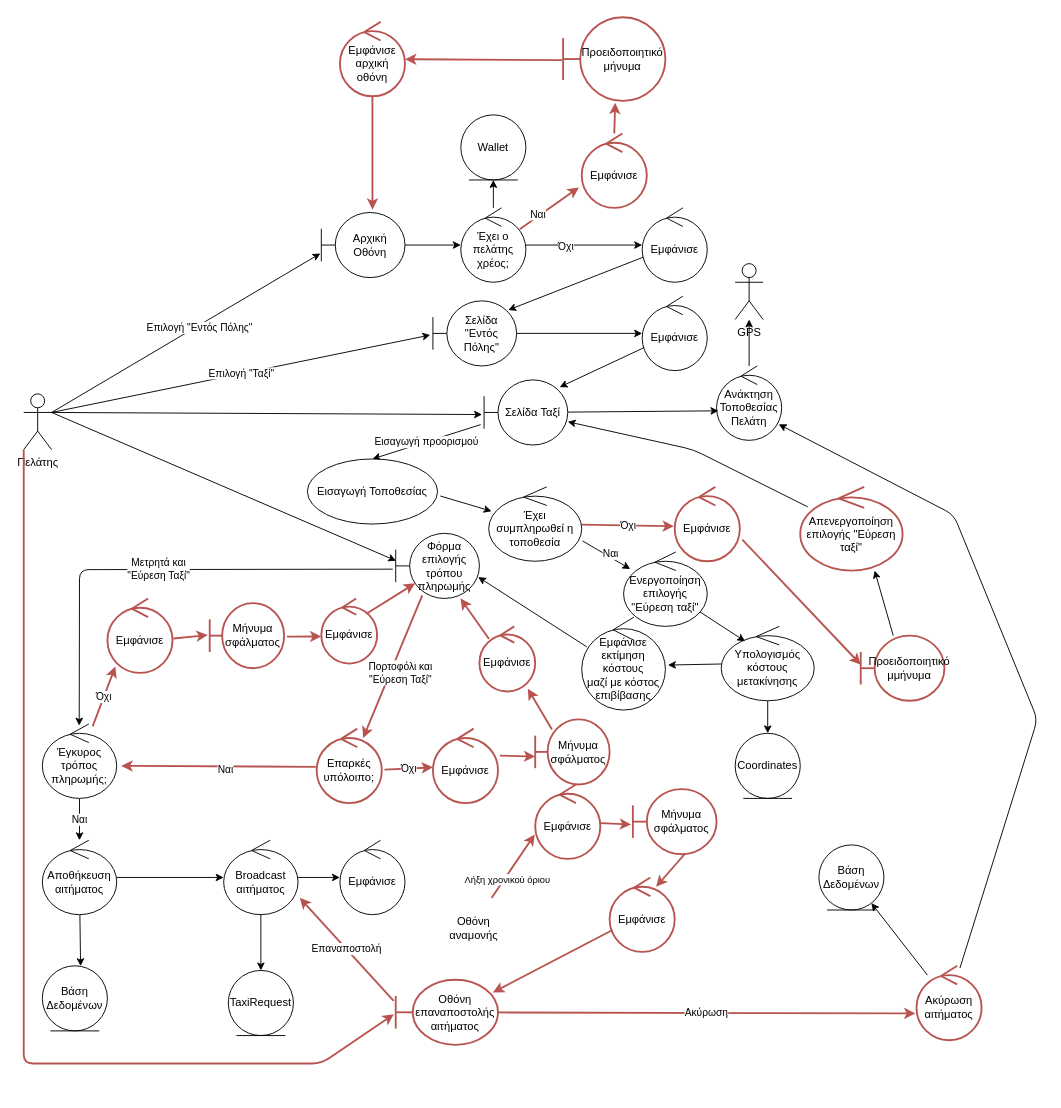
Earlier version of the draw.io diagram Part_2/Robustness/diagrams/07_Επιλογή_Τάξι.drawio (Nikolis2002/texnoligia_logismikou). Source tidied: cells renumbered, new cells numbered last; positions are measured from the earlier drawing's top-left corner, leaving out a move shared by most shapes. Both pictures are drawn from the tidied source at 93%, with x=0, y=0 at pixel (23, 17).
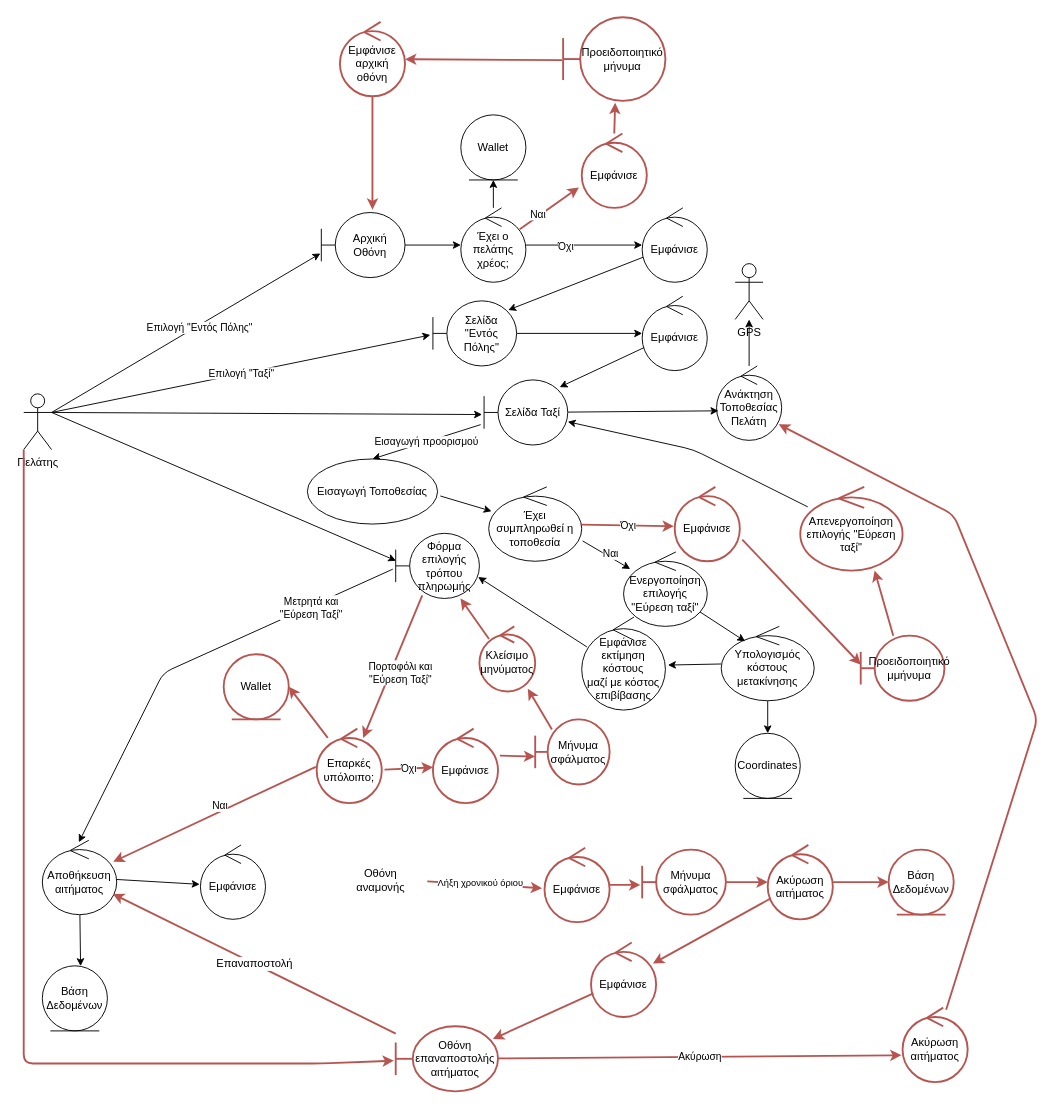
The same diagram, later.

Unchanged cells that the change refers to:
```xml
<mxCell id="22" value="Ανάκτηση Τοποθεσίας Πελάτη" style="ellipse;shape=umlControl;whiteSpace=wrap;html=1;" parent="1" vertex="1">
  <mxGeometry x="745" y="375" width="70" height="80" as="geometry" />
</mxCell>
<mxCell id="40" value="Φόρμα επιλογής τρόπου πληρωμής" style="shape=umlBoundary;whiteSpace=wrap;html=1;" parent="1" vertex="1">
  <mxGeometry x="400" y="555" width="90" height="70" as="geometry" />
</mxCell>
<mxCell id="46" value="Αποθήκευση αιτήματος" style="ellipse;shape=umlControl;whiteSpace=wrap;html=1;" parent="1" vertex="1">
  <mxGeometry x="20" y="885" width="80" height="80" as="geometry" />
</mxCell>
<mxCell id="61" value="Απενεργοποίηση επιλογής &quot;Εύρεση ταξί&quot;" style="ellipse;shape=umlControl;whiteSpace=wrap;html=1;fillColor=none;strokeColor=#b85450;strokeWidth=2;" parent="1" vertex="1">
  <mxGeometry x="835" y="505" width="110" height="90" as="geometry" />
</mxCell>
<mxCell id="65" value="Επαρκές υπόλοιπο;" style="ellipse;shape=umlControl;whiteSpace=wrap;html=1;fillColor=none;strokeColor=#b85450;strokeWidth=2;" parent="1" vertex="1">
  <mxGeometry x="315" y="765" width="70" height="80" as="geometry" />
</mxCell>
<mxCell id="86" value="Προειδοποιητικό&lt;br&gt;μμήνυμα" style="shape=umlBoundary;whiteSpace=wrap;html=1;strokeColor=#B85450;strokeWidth=2;" parent="1" vertex="1">
  <mxGeometry x="900" y="665" width="90" height="70" as="geometry" />
</mxCell>
```

What changed in the source:
```diff
@@
-    <mxCell id="37" value="Μετρητά και &lt;br&gt;&quot;Εύρεση Ταξί&quot;" style="edgeStyle=none;html=1;entryX=0.496;entryY=0.022;entryDx=0;entryDy=0;entryPerimeter=0;exitX=-0.035;exitY=0.55;exitDx=0;exitDy=0;exitPerimeter=0;" parent="1" edge="1" source="40" target="43">
-      <mxGeometry relative="1" as="geometry">
+    <mxCell id="37" value="Μετρητά και &lt;br&gt;&quot;Εύρεση Ταξί&quot;" style="edgeStyle=none;html=1;exitX=-0.035;exitY=0.55;exitDx=0;exitDy=0;exitPerimeter=0;entryX=0.491;entryY=0.027;entryDx=0;entryDy=0;entryPerimeter=0;" parent="1" edge="1" source="40" target="46">
+      <mxGeometry x="-0.59" y="2" relative="1" as="geometry">
         <Array as="points">
-          <mxPoint x="60" y="594" />
+          <mxPoint x="150" y="705" />
         </Array>
       </mxGeometry>
     </mxCell>
@@
-    <mxCell id="41" value="Ναι" style="edgeStyle=none;html=1;" parent="1" edge="1" source="43" target="46">
-      <mxGeometry relative="1" as="geometry" />
-    </mxCell>
-    <mxCell id="42" value="Όχι" style="edgeStyle=none;html=1;strokeWidth=2;fillColor=#f8cecc;strokeColor=#b85450;entryX=0.122;entryY=0.914;entryDx=0;entryDy=0;entryPerimeter=0;" parent="1" edge="1" source="43" target="91">
-      <mxGeometry relative="1" as="geometry" />
-    </mxCell>
-    <mxCell id="43" value="Έγκυρος τρόπος πληρωμής;" style="ellipse;shape=umlControl;whiteSpace=wrap;html=1;" parent="1" vertex="1">
-      <mxGeometry x="20" y="760" width="80" height="80" as="geometry" />
-    </mxCell>
@@
-    <mxCell id="45" style="edgeStyle=none;html=1;" parent="1" edge="1" source="46" target="49">
+    <mxCell id="45" style="edgeStyle=none;html=1;entryX=-0.011;entryY=0.53;entryDx=0;entryDy=0;entryPerimeter=0;" parent="1" edge="1" source="46" target="53">
       <mxGeometry relative="1" as="geometry" />
     </mxCell>
@@
-    <mxCell id="47" style="edgeStyle=none;html=1;entryX=0.5;entryY=0;entryDx=0;entryDy=0;" parent="1" edge="1" source="49" target="57">
-      <mxGeometry relative="1" as="geometry" />
-    </mxCell>
-    <mxCell id="48" style="edgeStyle=none;html=1;" parent="1" edge="1" source="49" target="53">
-      <mxGeometry relative="1" as="geometry" />
-    </mxCell>
-    <mxCell id="49" value="Broadcast αιτήματος" style="ellipse;shape=umlControl;whiteSpace=wrap;html=1;" parent="1" vertex="1">
-      <mxGeometry x="215" y="885" width="80" height="80" as="geometry" />
-    </mxCell>
-    <mxCell id="50" style="edgeStyle=none;html=1;strokeWidth=2;fillColor=#f8cecc;strokeColor=#b85450;entryX=-0.007;entryY=0.671;entryDx=0;entryDy=0;entryPerimeter=0;startArrow=none;exitX=0.755;exitY=0.029;exitDx=0;exitDy=0;exitPerimeter=0;" parent="1" edge="1" source="99" target="70">
+    <mxCell id="50" style="edgeStyle=none;html=1;strokeWidth=2;fillColor=#f8cecc;strokeColor=#b85450;entryX=-0.038;entryY=0.544;entryDx=0;entryDy=0;entryPerimeter=0;startArrow=none;exitX=1.036;exitY=0.517;exitDx=0;exitDy=0;exitPerimeter=0;" parent="1" edge="1" source="99" target="70">
       <mxGeometry relative="1" as="geometry" />
     </mxCell>
     <mxCell id="51" value="Λήξη χρονικού όριου" style="edgeLabel;html=1;align=center;verticalAlign=middle;fontSize=10;" parent="50" vertex="1">
       <mxGeometry x="-0.36" y="-1" relative="1" as="geometry">
-        <mxPoint x="1" as="offset" />
+        <mxPoint x="17" y="-2" as="offset" />
       </mxGeometry>
     </mxCell>
-    <mxCell id="52" style="edgeStyle=none;html=1;entryX=0.191;entryY=0.371;entryDx=0;entryDy=0;entryPerimeter=0;strokeColor=#FFFFFF;strokeWidth=1;fontSize=10;" parent="1" edge="1" source="53" target="99">
+    <mxCell id="52" style="edgeStyle=none;html=1;strokeColor=#FFFFFF;strokeWidth=1;fontSize=10;entryX=-0.006;entryY=0.526;entryDx=0;entryDy=0;entryPerimeter=0;" parent="1" edge="1" source="53" target="99">
       <mxGeometry relative="1" as="geometry" />
     </mxCell>
     <mxCell id="53" value="Εμφάνισε" style="ellipse;shape=umlControl;whiteSpace=wrap;html=1;" parent="1" vertex="1">
-      <mxGeometry x="340" y="885" width="70" height="80" as="geometry" />
+      <mxGeometry x="190" y="890" width="70" height="80" as="geometry" />
     </mxCell>
@@
-    <mxCell id="57" value="TaxiRequest" style="ellipse;shape=umlEntity;whiteSpace=wrap;html=1;" parent="1" vertex="1">
-      <mxGeometry x="220" y="1025" width="70" height="70" as="geometry" />
-    </mxCell>
@@
-    <mxCell id="62" style="edgeStyle=none;html=1;strokeWidth=2;fillColor=#f8cecc;strokeColor=#b85450;exitX=-0.014;exitY=0.513;exitDx=0;exitDy=0;exitPerimeter=0;entryX=1.063;entryY=0.563;entryDx=0;entryDy=0;entryPerimeter=0;" parent="1" edge="1" source="65" target="43">
+    <mxCell id="62" style="edgeStyle=none;html=1;strokeWidth=2;fillColor=#f8cecc;strokeColor=#b85450;exitX=-0.014;exitY=0.513;exitDx=0;exitDy=0;exitPerimeter=0;" parent="1" edge="1" source="65" target="46">
       <mxGeometry relative="1" as="geometry" />
     </mxCell>
@@
+    <mxCell id="105" style="edgeStyle=none;html=1;entryX=1;entryY=0.5;entryDx=0;entryDy=0;fontSize=12;fillColor=none;strokeColor=#b85450;strokeWidth=2;" parent="1" edge="1" source="65" target="107">
+      <mxGeometry relative="1" as="geometry" />
+    </mxCell>
@@
     <mxCell id="70" value="Εμφάνισε" style="ellipse;shape=umlControl;whiteSpace=wrap;html=1;fillColor=none;strokeColor=#b85450;strokeWidth=2;" parent="1" vertex="1">
-      <mxGeometry x="550" y="825" width="70" height="80" as="geometry" />
+      <mxGeometry x="560" y="893" width="70" height="80" as="geometry" />
     </mxCell>
@@
     <mxCell id="72" value="Εμφάνισε" style="ellipse;shape=umlControl;whiteSpace=wrap;html=1;fillColor=none;strokeColor=#b85450;strokeWidth=2;" parent="1" vertex="1">
-      <mxGeometry x="630" y="925" width="70" height="80" as="geometry" />
+      <mxGeometry x="610" y="995" width="70" height="80" as="geometry" />
     </mxCell>
+    <mxCell id="74" value="Ακύρωση" style="edgeStyle=none;html=1;entryX=-0.017;entryY=0.64;entryDx=0;entryDy=0;entryPerimeter=0;strokeWidth=2;strokeColor=#B85450;" parent="1" edge="1" source="75" target="78">
+      <mxGeometry relative="1" as="geometry" />
+    </mxCell>
-    <mxCell id="73" value="Επαναποστολή" style="edgeStyle=none;html=1;entryX=1.023;entryY=0.774;entryDx=0;entryDy=0;entryPerimeter=0;strokeWidth=2;exitX=-0.02;exitY=0.326;exitDx=0;exitDy=0;exitPerimeter=0;strokeColor=#B85450;" parent="1" edge="1" source="75" target="49">
+    <mxCell id="73" value="Επαναποστολή" style="edgeStyle=none;html=1;fontSize=12;fillColor=none;strokeColor=#b85450;strokeWidth=2;" parent="1" edge="1" source="75" target="46">
       <mxGeometry relative="1" as="geometry" />
     </mxCell>
-    <mxCell id="74" value="Ακύρωση" style="edgeStyle=none;html=1;entryX=-0.017;entryY=0.64;entryDx=0;entryDy=0;entryPerimeter=0;strokeWidth=2;strokeColor=#B85450;" parent="1" edge="1" source="75" target="78">
-      <mxGeometry relative="1" as="geometry" />
-    </mxCell>
     <mxCell id="75" value="Οθόνη επαναποστολής αιτήματος" style="shape=umlBoundary;whiteSpace=wrap;html=1;fillColor=none;strokeColor=#b85450;strokeWidth=2;" parent="1" vertex="1">
-      <mxGeometry x="400" y="1035" width="110" height="70" as="geometry" />
+      <mxGeometry x="400" y="1085" width="110" height="70" as="geometry" />
     </mxCell>
-    <mxCell id="76" style="edgeStyle=none;html=1;strokeWidth=1;fontSize=24;" parent="1" edge="1" source="78" target="80">
-      <mxGeometry relative="1" as="geometry" />
-    </mxCell>
-    <mxCell id="77" style="edgeStyle=none;html=1;entryX=0.955;entryY=0.784;entryDx=0;entryDy=0;entryPerimeter=0;" parent="1" edge="1" source="78" target="22">
+    <mxCell id="77" style="edgeStyle=none;html=1;entryX=0.955;entryY=0.784;entryDx=0;entryDy=0;entryPerimeter=0;fontSize=12;fillColor=none;strokeColor=#b85450;strokeWidth=2;" parent="1" edge="1" source="78" target="22">
       <mxGeometry relative="1" as="geometry">
         <Array as="points">
           <mxPoint x="1090" y="755" />
           <mxPoint x="1000" y="535" />
         </Array>
       </mxGeometry>
     </mxCell>
     <mxCell id="78" value="Ακύρωση αιτήματος" style="ellipse;shape=umlControl;whiteSpace=wrap;html=1;fillColor=none;strokeColor=#b85450;strokeWidth=2;" parent="1" vertex="1">
-      <mxGeometry x="960" y="1020" width="70" height="80" as="geometry" />
+      <mxGeometry x="945" y="1065" width="70" height="80" as="geometry" />
     </mxCell>
@@
-    <mxCell id="80" value="Βάση Δεδομένων" style="ellipse;shape=umlEntity;whiteSpace=wrap;html=1;" parent="1" vertex="1">
-      <mxGeometry x="855" y="890" width="70" height="70" as="geometry" />
+    <mxCell id="80" value="Βάση Δεδομένων" style="ellipse;shape=umlEntity;whiteSpace=wrap;html=1;fillColor=none;strokeColor=#b85450;strokeWidth=2;" parent="1" vertex="1">
+      <mxGeometry x="930" y="895" width="70" height="70" as="geometry" />
     </mxCell>
@@
-    <mxCell id="85" style="edgeStyle=none;html=1;entryX=0.727;entryY=1;entryDx=0;entryDy=0;entryPerimeter=0;" parent="1" edge="1" source="86" target="61">
+    <mxCell id="85" style="edgeStyle=none;html=1;entryX=0.727;entryY=1;entryDx=0;entryDy=0;entryPerimeter=0;fontSize=12;fillColor=none;strokeColor=#b85450;strokeWidth=2;" parent="1" edge="1" source="86" target="61">
       <mxGeometry relative="1" as="geometry" />
     </mxCell>
@@
-    <mxCell id="89" value="Εμφάνισε" style="ellipse;shape=umlControl;whiteSpace=wrap;html=1;fillColor=none;strokeColor=#b85450;strokeWidth=2;" parent="1" vertex="1">
+    <mxCell id="89" value="Κλείσιμο μηνύματος" style="ellipse;shape=umlControl;whiteSpace=wrap;html=1;fillColor=none;strokeColor=#b85450;strokeWidth=2;" parent="1" vertex="1">
       <mxGeometry x="490" y="655" width="60" height="70" as="geometry" />
     </mxCell>
-    <mxCell id="90" style="edgeStyle=none;html=1;strokeColor=#B85450;fontSize=10;exitX=1.014;exitY=0.538;exitDx=0;exitDy=0;exitPerimeter=0;strokeWidth=2;entryX=-0.027;entryY=0.491;entryDx=0;entryDy=0;entryPerimeter=0;" parent="1" edge="1" source="91" target="93">
-      <mxGeometry relative="1" as="geometry" />
-    </mxCell>
-    <mxCell id="91" value="Εμφάνισε" style="ellipse;shape=umlControl;whiteSpace=wrap;html=1;fillColor=none;strokeColor=#b85450;strokeWidth=2;" parent="1" vertex="1">
-      <mxGeometry x="90" y="625" width="70" height="80" as="geometry" />
-    </mxCell>
-    <mxCell id="92" style="edgeStyle=none;html=1;strokeColor=#B85450;fontSize=10;exitX=1.038;exitY=0.514;exitDx=0;exitDy=0;exitPerimeter=0;strokeWidth=2;entryX=0;entryY=0.585;entryDx=0;entryDy=0;entryPerimeter=0;" parent="1" edge="1" source="93" target="95">
-      <mxGeometry relative="1" as="geometry" />
-    </mxCell>
-    <mxCell id="93" value="Μήνυμα&lt;br&gt;σφάλματος" style="shape=umlBoundary;whiteSpace=wrap;html=1;strokeColor=#B85450;strokeWidth=2;" parent="1" vertex="1">
-      <mxGeometry x="200" y="630" width="80" height="70" as="geometry" />
-    </mxCell>
-    <mxCell id="94" style="edgeStyle=none;html=1;entryX=0.232;entryY=0.767;entryDx=0;entryDy=0;entryPerimeter=0;strokeColor=#B85450;fontSize=10;exitX=0.809;exitY=0.236;exitDx=0;exitDy=0;exitPerimeter=0;strokeWidth=2;" parent="1" edge="1" source="95" target="40">
-      <mxGeometry relative="1" as="geometry" />
-    </mxCell>
-    <mxCell id="95" value="Εμφάνισε" style="ellipse;shape=umlControl;whiteSpace=wrap;html=1;fillColor=none;strokeColor=#b85450;strokeWidth=2;" parent="1" vertex="1">
-      <mxGeometry x="320" y="625" width="60" height="70" as="geometry" />
-    </mxCell>
@@
-    <mxCell id="97" style="edgeStyle=none;html=1;entryX=0.714;entryY=0.125;entryDx=0;entryDy=0;entryPerimeter=0;strokeColor=#B85450;strokeWidth=2;fontSize=10;exitX=0.995;exitY=0.447;exitDx=0;exitDy=0;exitPerimeter=0;" parent="1" edge="1" source="98" target="72">
-      <mxGeometry relative="1" as="geometry" />
-    </mxCell>
+    <mxCell id="106" style="edgeStyle=none;html=1;fontSize=12;fillColor=none;strokeColor=#b85450;strokeWidth=2;" parent="1" edge="1" source="98" target="110">
+      <mxGeometry relative="1" as="geometry" />
+    </mxCell>
     <mxCell id="98" value="Μήνυμα σφάλματος" style="shape=umlBoundary;whiteSpace=wrap;html=1;strokeColor=#B85450;strokeWidth=2;" parent="1" vertex="1">
-      <mxGeometry x="655" y="830" width="90" height="70" as="geometry" />
+      <mxGeometry x="665" y="895" width="90" height="70" as="geometry" />
     </mxCell>
     <mxCell id="99" value="Οθόνη αναμονής" style="shape=umlBoundary;whiteSpace=wrap;html=1;fillColor=none;strokeColor=#FFFFFF;" parent="1" vertex="1">
-      <mxGeometry x="420" y="945" width="110" height="70" as="geometry" />
+      <mxGeometry x="320" y="893" width="110" height="70" as="geometry" />
     </mxCell>
@@
+    <mxCell id="107" value="Wallet" style="ellipse;shape=umlEntity;whiteSpace=wrap;html=1;fillColor=none;strokeColor=#b85450;strokeWidth=2;" parent="1" vertex="1">
+      <mxGeometry x="215" y="685" width="70" height="70" as="geometry" />
+    </mxCell>
+    <mxCell id="108" style="edgeStyle=none;html=1;fontSize=12;fillColor=none;strokeColor=#b85450;strokeWidth=2;" parent="1" edge="1" source="110" target="80">
+      <mxGeometry relative="1" as="geometry" />
+    </mxCell>
+    <mxCell id="109" style="edgeStyle=none;html=1;fontSize=12;fillColor=none;strokeColor=#b85450;strokeWidth=2;" parent="1" edge="1" source="110" target="72">
+      <mxGeometry relative="1" as="geometry" />
+    </mxCell>
+    <mxCell id="110" value="Ακύρωση αιτήματος" style="ellipse;shape=umlControl;whiteSpace=wrap;html=1;fillColor=none;strokeColor=#b85450;strokeWidth=2;" parent="1" vertex="1">
+      <mxGeometry x="800" y="890" width="70" height="80" as="geometry" />
+    </mxCell>
```
